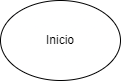
Above: Pedir comida a domicilio.drawio.png in dasamepu/platzi-flowcharts-de-la-vida-diaria (draw.io), before the change. Source tidied: cells renumbered, new cells last; positions are measured from the earlier drawing's top-left corner, leaving out a move shared by most shapes.
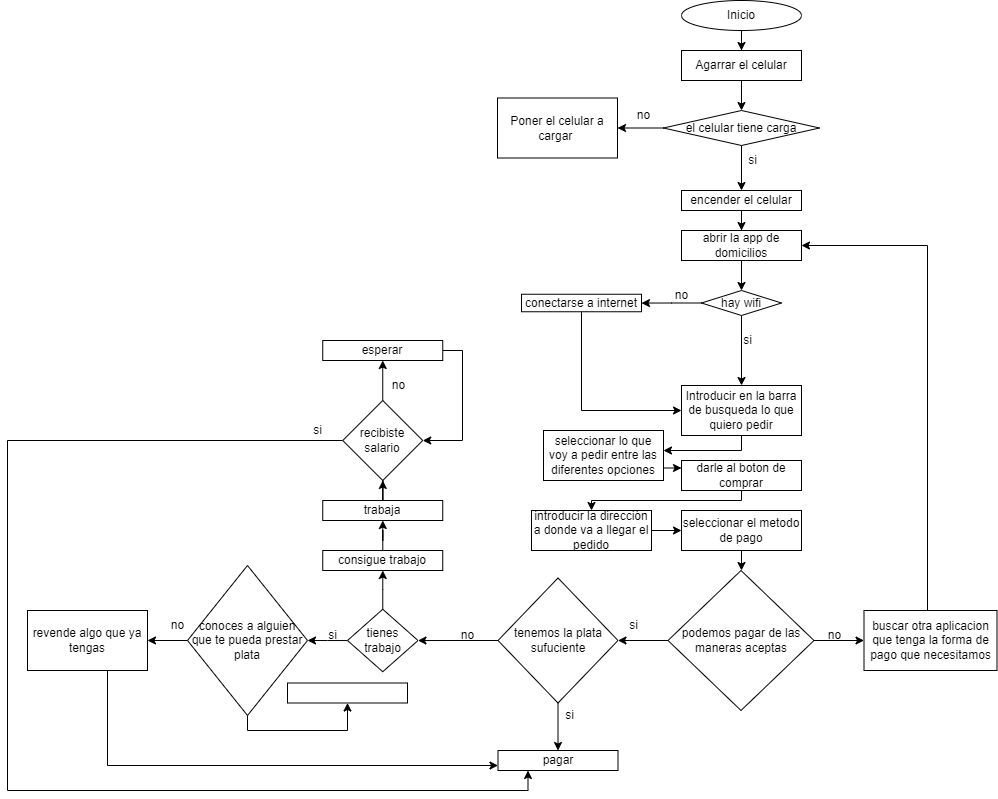
After the change.

The edit, as a diff of the source:
```diff
@@ -2,8 +2,241 @@
   <root>
     <mxCell id="0" />
     <mxCell id="1" parent="0" />
+    <mxCell id="3" style="edgeStyle=orthogonalEdgeStyle;rounded=0;jettySize=auto;html=1;" parent="1" edge="1" source="2" target="5">
+      <mxGeometry relative="1" as="geometry" />
+    </mxCell>
     <mxCell id="2" value="Inicio" style="ellipse;whiteSpace=wrap;html=1;" parent="1" vertex="1">
-      <mxGeometry width="120" height="80" as="geometry" />
+      <mxGeometry width="120" height="30" as="geometry" />
     </mxCell>
+    <mxCell id="4" style="edgeStyle=orthogonalEdgeStyle;rounded=0;jettySize=auto;html=1;" parent="1" edge="1" source="5" target="8">
+      <mxGeometry relative="1" as="geometry" />
+    </mxCell>
+    <mxCell id="5" value="Agarrar el celular" style="whiteSpace=wrap;html=1;" parent="1" vertex="1">
+      <mxGeometry y="50" width="120" height="30" as="geometry" />
+    </mxCell>
+    <mxCell id="6" style="edgeStyle=orthogonalEdgeStyle;rounded=0;jettySize=auto;html=1;" parent="1" edge="1" source="8" target="9">
+      <mxGeometry relative="1" as="geometry" />
+    </mxCell>
+    <mxCell id="7" style="edgeStyle=orthogonalEdgeStyle;rounded=0;jettySize=auto;html=1;" parent="1" edge="1" source="8" target="12">
+      <mxGeometry relative="1" as="geometry" />
+    </mxCell>
+    <mxCell id="8" value="el celular tiene carga" style="rhombus;whiteSpace=wrap;html=1;" parent="1" vertex="1">
+      <mxGeometry x="-18" y="110" width="156" height="35" as="geometry" />
+    </mxCell>
+    <mxCell id="9" value="Poner el celular a cargar&amp;nbsp;" style="whiteSpace=wrap;html=1;" parent="1" vertex="1">
+      <mxGeometry x="-184" y="97.5" width="120" height="60" as="geometry" />
+    </mxCell>
+    <mxCell id="10" value="no" style="text;html=1;align=center;verticalAlign=middle;strokeColor=none;fillColor=none;" parent="1" vertex="1">
+      <mxGeometry x="-58" y="100" width="40" height="30" as="geometry" />
+    </mxCell>
+    <mxCell id="11" style="edgeStyle=orthogonalEdgeStyle;rounded=0;jettySize=auto;html=1;" parent="1" edge="1" source="12" target="15">
+      <mxGeometry relative="1" as="geometry" />
+    </mxCell>
+    <mxCell id="12" value="encender el celular" style="whiteSpace=wrap;html=1;" parent="1" vertex="1">
+      <mxGeometry y="190" width="120" height="20" as="geometry" />
+    </mxCell>
+    <mxCell id="13" value="si" style="text;html=1;align=center;verticalAlign=middle;strokeColor=none;fillColor=none;" parent="1" vertex="1">
+      <mxGeometry x="56" y="145" width="30" height="30" as="geometry" />
+    </mxCell>
+    <mxCell id="14" style="edgeStyle=orthogonalEdgeStyle;rounded=0;jettySize=auto;html=1;" parent="1" edge="1" source="15" target="22">
+      <mxGeometry relative="1" as="geometry" />
+    </mxCell>
+    <mxCell id="15" value="abrir la app de domicilios" style="whiteSpace=wrap;html=1;" parent="1" vertex="1">
+      <mxGeometry y="230" width="120" height="30" as="geometry" />
+    </mxCell>
+    <mxCell id="16" style="edgeStyle=orthogonalEdgeStyle;rounded=0;jettySize=auto;html=1;" parent="1" edge="1" source="17" target="19">
+      <mxGeometry relative="1" as="geometry">
+        <Array as="points">
+          <mxPoint x="60" y="450" />
+          <mxPoint x="-54" y="450" />
+        </Array>
+      </mxGeometry>
+    </mxCell>
+    <mxCell id="17" value="Introducir en la barra de busqueda lo que quiero pedir" style="whiteSpace=wrap;html=1;" parent="1" vertex="1">
+      <mxGeometry y="385" width="120" height="50" as="geometry" />
+    </mxCell>
+    <mxCell id="18" style="edgeStyle=orthogonalEdgeStyle;rounded=0;jettySize=auto;html=1;exitX=1;exitY=0.75;exitDx=0;exitDy=0;entryX=0;entryY=0.25;entryDx=0;entryDy=0;" parent="1" edge="1" source="19" target="28">
+      <mxGeometry relative="1" as="geometry" />
+    </mxCell>
+    <mxCell id="19" value="seleccionar lo que voy a pedir entre las diferentes opciones" style="whiteSpace=wrap;html=1;" parent="1" vertex="1">
+      <mxGeometry x="-138" y="430" width="120" height="50" as="geometry" />
+    </mxCell>
+    <mxCell id="20" style="edgeStyle=orthogonalEdgeStyle;rounded=0;jettySize=auto;html=1;" parent="1" edge="1" source="22" target="17">
+      <mxGeometry relative="1" as="geometry" />
+    </mxCell>
+    <mxCell id="21" style="edgeStyle=orthogonalEdgeStyle;rounded=0;jettySize=auto;html=1;" parent="1" edge="1" source="22" target="25">
+      <mxGeometry relative="1" as="geometry" />
+    </mxCell>
+    <mxCell id="22" value="hay wifi" style="rhombus;whiteSpace=wrap;html=1;" parent="1" vertex="1">
+      <mxGeometry x="20" y="290" width="80" height="25" as="geometry" />
+    </mxCell>
+    <mxCell id="23" value="si" style="text;html=1;align=center;verticalAlign=middle;strokeColor=none;fillColor=none;" parent="1" vertex="1">
+      <mxGeometry x="51" y="325" width="30" height="30" as="geometry" />
+    </mxCell>
+    <mxCell id="24" style="edgeStyle=orthogonalEdgeStyle;rounded=0;jettySize=auto;html=1;entryX=0;entryY=0.5;entryDx=0;entryDy=0;" parent="1" edge="1" source="25" target="17">
+      <mxGeometry relative="1" as="geometry">
+        <Array as="points">
+          <mxPoint x="-100" y="410" />
+        </Array>
+      </mxGeometry>
+    </mxCell>
+    <mxCell id="25" value="conectarse a internet" style="whiteSpace=wrap;html=1;" parent="1" vertex="1">
+      <mxGeometry x="-160" y="293.8" width="120" height="17.5" as="geometry" />
+    </mxCell>
+    <mxCell id="26" value="no" style="text;html=1;align=center;verticalAlign=middle;strokeColor=none;fillColor=none;" parent="1" vertex="1">
+      <mxGeometry x="-20" y="280" width="40" height="30" as="geometry" />
+    </mxCell>
+    <mxCell id="27" style="edgeStyle=orthogonalEdgeStyle;rounded=0;jettySize=auto;html=1;" parent="1" edge="1" source="28" target="30">
+      <mxGeometry relative="1" as="geometry">
+        <Array as="points">
+          <mxPoint x="60" y="500" />
+          <mxPoint x="-90" y="500" />
+        </Array>
+      </mxGeometry>
+    </mxCell>
+    <mxCell id="28" value="darle al boton de comprar" style="whiteSpace=wrap;html=1;" parent="1" vertex="1">
+      <mxGeometry y="460" width="120" height="30" as="geometry" />
+    </mxCell>
+    <mxCell id="29" style="edgeStyle=orthogonalEdgeStyle;rounded=0;jettySize=auto;html=1;" parent="1" edge="1" source="30" target="32">
+      <mxGeometry relative="1" as="geometry" />
+    </mxCell>
+    <mxCell id="30" value="introducir la dirección a donde va a llegar el pedido" style="whiteSpace=wrap;html=1;" parent="1" vertex="1">
+      <mxGeometry x="-150" y="510" width="120" height="40" as="geometry" />
+    </mxCell>
+    <mxCell id="31" style="edgeStyle=orthogonalEdgeStyle;rounded=0;jettySize=auto;html=1;" parent="1" edge="1" source="32" target="36">
+      <mxGeometry relative="1" as="geometry" />
+    </mxCell>
+    <mxCell id="32" value="seleccionar el metodo de pago" style="whiteSpace=wrap;html=1;" parent="1" vertex="1">
+      <mxGeometry y="510" width="120" height="40" as="geometry" />
+    </mxCell>
+    <mxCell id="33" value="pagar" style="whiteSpace=wrap;html=1;" parent="1" vertex="1">
+      <mxGeometry x="-183.5" y="750" width="120" height="20" as="geometry" />
+    </mxCell>
+    <mxCell id="34" style="edgeStyle=orthogonalEdgeStyle;rounded=0;jettySize=auto;html=1;" parent="1" edge="1" source="36" target="39">
+      <mxGeometry relative="1" as="geometry" />
+    </mxCell>
+    <mxCell id="35" style="edgeStyle=orthogonalEdgeStyle;rounded=0;jettySize=auto;html=1;exitX=0;exitY=0.5;exitDx=0;exitDy=0;entryX=1;entryY=0.5;entryDx=0;entryDy=0;" parent="1" edge="1" source="36" target="43">
+      <mxGeometry relative="1" as="geometry" />
+    </mxCell>
+    <mxCell id="36" value="podemos pagar de las maneras aceptas" style="rhombus;whiteSpace=wrap;html=1;" parent="1" vertex="1">
+      <mxGeometry x="-13.5" y="570" width="146" height="140" as="geometry" />
+    </mxCell>
+    <mxCell id="37" value="si" style="text;html=1;align=center;verticalAlign=middle;strokeColor=none;fillColor=none;" parent="1" vertex="1">
+      <mxGeometry x="-63.5" y="610" width="30" height="30" as="geometry" />
+    </mxCell>
+    <mxCell id="38" style="edgeStyle=orthogonalEdgeStyle;rounded=0;jettySize=auto;html=1;entryX=1;entryY=0.5;entryDx=0;entryDy=0;" parent="1" edge="1" source="39" target="15">
+      <mxGeometry relative="1" as="geometry">
+        <Array as="points">
+          <mxPoint x="246" y="245" />
+        </Array>
+      </mxGeometry>
+    </mxCell>
+    <mxCell id="39" value="buscar otra aplicacion que tenga la forma de pago que necesitamos" style="whiteSpace=wrap;html=1;" parent="1" vertex="1">
+      <mxGeometry x="182.5" y="610" width="133" height="60" as="geometry" />
+    </mxCell>
+    <mxCell id="40" value="no" style="text;html=1;align=center;verticalAlign=middle;strokeColor=none;fillColor=none;" parent="1" vertex="1">
+      <mxGeometry x="132.5" y="620" width="40" height="30" as="geometry" />
+    </mxCell>
+    <mxCell id="41" style="edgeStyle=orthogonalEdgeStyle;rounded=0;jettySize=auto;html=1;exitX=0.5;exitY=1;exitDx=0;exitDy=0;" parent="1" edge="1" source="43" target="33">
+      <mxGeometry relative="1" as="geometry" />
+    </mxCell>
+    <mxCell id="42" style="edgeStyle=orthogonalEdgeStyle;rounded=0;jettySize=auto;html=1;" parent="1" edge="1" source="43" target="47">
+      <mxGeometry relative="1" as="geometry" />
+    </mxCell>
+    <mxCell id="43" value="tenemos la plata sufuciente" style="rhombus;whiteSpace=wrap;html=1;" parent="1" vertex="1">
+      <mxGeometry x="-183.5" y="577.5" width="120" height="125" as="geometry" />
+    </mxCell>
+    <mxCell id="44" value="si" style="text;html=1;align=center;verticalAlign=middle;strokeColor=none;fillColor=none;" parent="1" vertex="1">
+      <mxGeometry x="-127.5" y="700" width="30" height="30" as="geometry" />
+    </mxCell>
+    <mxCell id="45" style="edgeStyle=orthogonalEdgeStyle;rounded=0;jettySize=auto;html=1;" parent="1" edge="1" source="47" target="50">
+      <mxGeometry relative="1" as="geometry" />
+    </mxCell>
+    <mxCell id="46" style="edgeStyle=orthogonalEdgeStyle;rounded=0;jettySize=auto;html=1;" parent="1" edge="1" source="47" target="57">
+      <mxGeometry relative="1" as="geometry" />
+    </mxCell>
+    <mxCell id="47" value="tienes trabajo" style="rhombus;whiteSpace=wrap;html=1;" parent="1" vertex="1">
+      <mxGeometry x="-334" y="608.8" width="70.5" height="62.5" as="geometry" />
+    </mxCell>
+    <mxCell id="48" style="edgeStyle=orthogonalEdgeStyle;rounded=0;jettySize=auto;html=1;" parent="1" edge="1" source="50" target="54">
+      <mxGeometry relative="1" as="geometry" />
+    </mxCell>
+    <mxCell id="49" style="edgeStyle=orthogonalEdgeStyle;rounded=0;jettySize=auto;html=1;entryX=0.5;entryY=1;entryDx=0;entryDy=0;" parent="1" edge="1" source="50" target="67">
+      <mxGeometry relative="1" as="geometry">
+        <Array as="points">
+          <mxPoint x="-434" y="730" />
+          <mxPoint x="-334" y="730" />
+        </Array>
+      </mxGeometry>
+    </mxCell>
+    <mxCell id="50" value="conoces a alguien que te pueda prestar plata" style="rhombus;whiteSpace=wrap;html=1;" parent="1" vertex="1">
+      <mxGeometry x="-494" y="565" width="120" height="150" as="geometry" />
+    </mxCell>
+    <mxCell id="51" value="no" style="text;html=1;align=center;verticalAlign=middle;strokeColor=none;fillColor=none;" parent="1" vertex="1">
+      <mxGeometry x="-234" y="620" width="40" height="30" as="geometry" />
+    </mxCell>
+    <mxCell id="52" value="si" style="text;html=1;align=center;verticalAlign=middle;strokeColor=none;fillColor=none;" parent="1" vertex="1">
+      <mxGeometry x="-364" y="620" width="30" height="30" as="geometry" />
+    </mxCell>
+    <mxCell id="53" style="edgeStyle=orthogonalEdgeStyle;rounded=0;jettySize=auto;html=1;entryX=0;entryY=0.75;entryDx=0;entryDy=0;" parent="1" edge="1" source="54" target="33">
+      <mxGeometry relative="1" as="geometry">
+        <Array as="points">
+          <mxPoint x="-574" y="765" />
+        </Array>
+      </mxGeometry>
+    </mxCell>
+    <mxCell id="54" value="revende algo que ya tengas" style="whiteSpace=wrap;html=1;" parent="1" vertex="1">
+      <mxGeometry x="-654" y="610" width="120" height="60" as="geometry" />
+    </mxCell>
+    <mxCell id="55" value="no" style="text;html=1;align=center;verticalAlign=middle;strokeColor=none;fillColor=none;" parent="1" vertex="1">
+      <mxGeometry x="-524" y="610" width="40" height="30" as="geometry" />
+    </mxCell>
+    <mxCell id="56" style="edgeStyle=orthogonalEdgeStyle;rounded=0;jettySize=auto;html=1;" parent="1" edge="1" source="57" target="59">
+      <mxGeometry relative="1" as="geometry" />
+    </mxCell>
+    <mxCell id="57" value="consigue trabajo" style="whiteSpace=wrap;html=1;" parent="1" vertex="1">
+      <mxGeometry x="-358.8" y="550" width="120" height="20" as="geometry" />
+    </mxCell>
+    <mxCell id="58" style="edgeStyle=orthogonalEdgeStyle;rounded=0;jettySize=auto;html=1;" parent="1" edge="1" source="59" target="62">
+      <mxGeometry relative="1" as="geometry" />
+    </mxCell>
+    <mxCell id="59" value="trabaja" style="whiteSpace=wrap;html=1;" parent="1" vertex="1">
+      <mxGeometry x="-358.8" y="500" width="120" height="20" as="geometry" />
+    </mxCell>
+    <mxCell id="60" style="edgeStyle=orthogonalEdgeStyle;rounded=0;jettySize=auto;html=1;" parent="1" edge="1" source="62" target="64">
+      <mxGeometry relative="1" as="geometry" />
+    </mxCell>
+    <mxCell id="61" style="edgeStyle=orthogonalEdgeStyle;rounded=0;jettySize=auto;html=1;exitX=0;exitY=0.5;exitDx=0;exitDy=0;entryX=0.25;entryY=1;entryDx=0;entryDy=0;" parent="1" edge="1" source="62" target="33">
+      <mxGeometry relative="1" as="geometry">
+        <Array as="points">
+          <mxPoint x="-674" y="440" />
+          <mxPoint x="-674" y="790" />
+          <mxPoint x="-153" y="790" />
+        </Array>
+      </mxGeometry>
+    </mxCell>
+    <mxCell id="62" value="recibiste salario" style="rhombus;whiteSpace=wrap;html=1;" parent="1" vertex="1">
+      <mxGeometry x="-338.8" y="400" width="80" height="80" as="geometry" />
+    </mxCell>
+    <mxCell id="63" style="edgeStyle=orthogonalEdgeStyle;rounded=0;jettySize=auto;html=1;entryX=1;entryY=0.5;entryDx=0;entryDy=0;" parent="1" edge="1" source="64" target="62">
+      <mxGeometry relative="1" as="geometry">
+        <Array as="points">
+          <mxPoint x="-219" y="350" />
+          <mxPoint x="-219" y="440" />
+        </Array>
+      </mxGeometry>
+    </mxCell>
+    <mxCell id="64" value="esperar" style="whiteSpace=wrap;html=1;" parent="1" vertex="1">
+      <mxGeometry x="-358.8" y="340" width="120" height="20" as="geometry" />
+    </mxCell>
+    <mxCell id="65" value="no" style="text;html=1;align=center;verticalAlign=middle;strokeColor=none;fillColor=none;" parent="1" vertex="1">
+      <mxGeometry x="-303.5" y="370" width="40" height="30" as="geometry" />
+    </mxCell>
+    <mxCell id="66" value="si" style="text;html=1;align=center;verticalAlign=middle;strokeColor=none;fillColor=none;" parent="1" vertex="1">
+      <mxGeometry x="-379" y="415" width="30" height="30" as="geometry" />
+    </mxCell>
+    <mxCell id="67" style="whiteSpace=wrap;html=1;" parent="1" vertex="1">
+      <mxGeometry x="-394" y="682.5" width="120" height="20" as="geometry" />
+    </mxCell>
   </root>
 </mxGraphModel>
```
